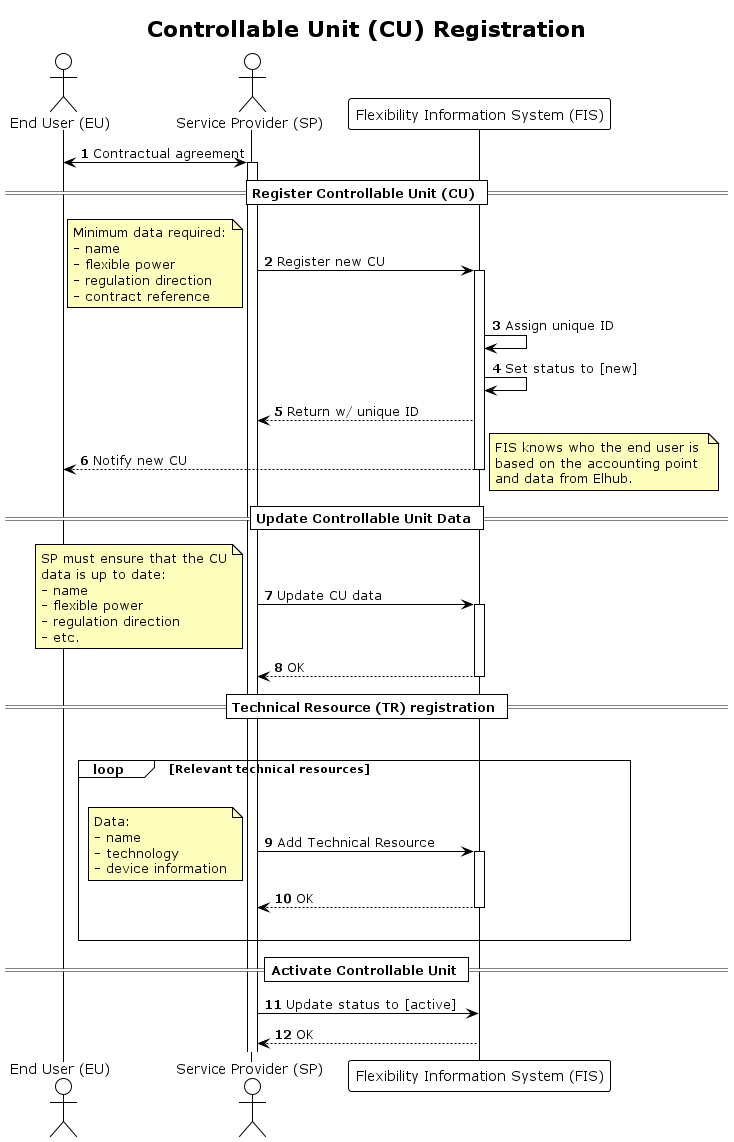
Above: docs/diagrams/controllable_unit_registration.png in elhub/flex-information-system (PlantUML), before the change.
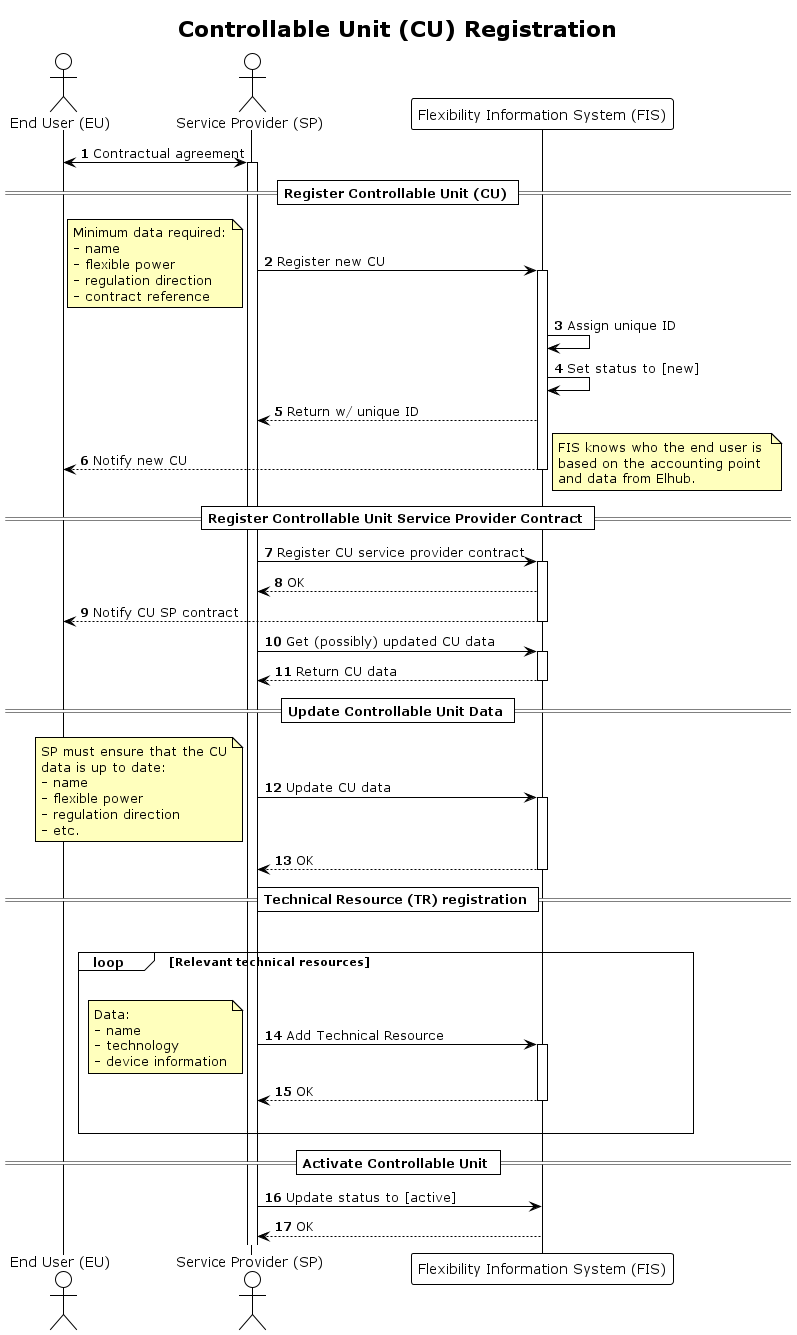
Above is the later version.

Commit message:
Added SP contract + "rusk"

Change to the diagram source:
```diff
@@ -36,6 +36,19 @@
     based on the accounting point
     and data from Elhub.
 end note
+deactivate FIS
+
+== Register Controllable Unit Service Provider Contract ==
+
+SP -> FIS: Register CU service provider contract
+activate FIS
+FIS --> SP: OK
+FIS --> EU : Notify CU SP contract
+deactivate FIS
+
+SP -> FIS: Get (possibly) updated CU data
+activate FIS
+FIS --> SP: Return CU data
 deactivate FIS
 
 == Update Controllable Unit Data ==
```
